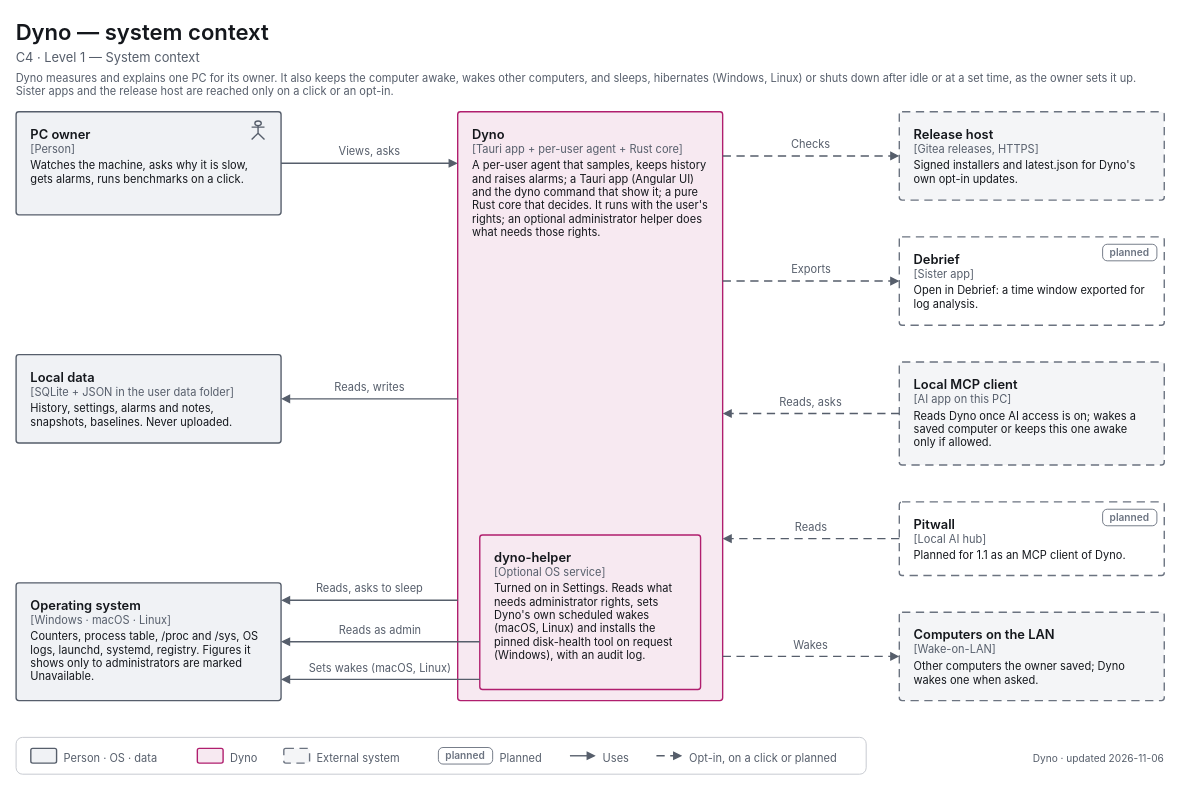
The draw.io diagram apps/dyno/diagrams/c4-1-context.drawio in decryp7/paddock, before the edit. Source tidied: cells renumbered, new cells numbered last; positions are measured from the earlier drawing's top-left corner, leaving out a move shared by most shapes. Both pictures are drawn from the tidied source at 92%, with x=0, y=0 at pixel (16, 16).
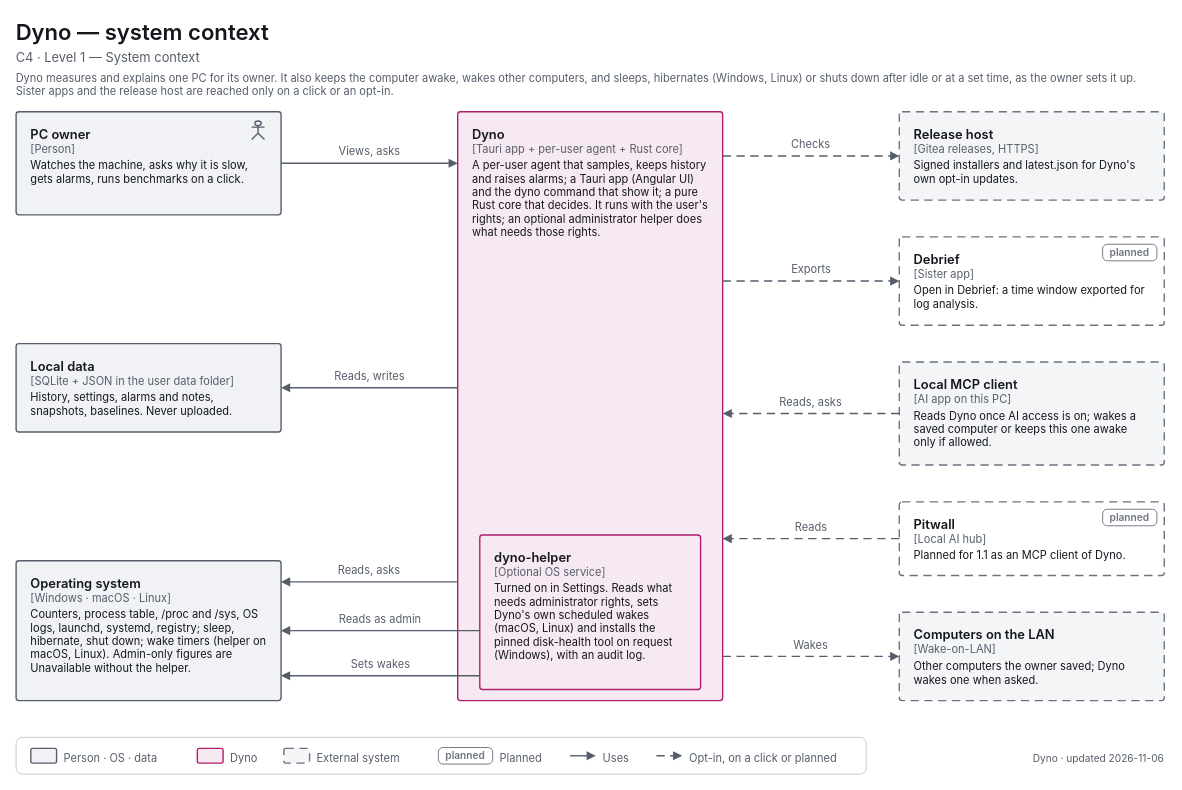
The same page after the edit.

The change refers to these unchanged cells:
```xml
<mxCell id="16" value="&lt;span style=&quot;font-size:14px;font-weight:600&quot;&gt;Dyno&lt;/span&gt;&lt;br&gt;&lt;span style=&quot;font-size:12px;color:light-dark(#565E6B,#A0A7B2)&quot;&gt;[Tauri app + per-user agent + Rust core]&lt;/span&gt;&lt;br&gt;&lt;div style=&quot;margin-top:4px;font-size:12px&quot;&gt;A per-user agent that samples, keeps history and raises alarms; a Tauri app (Angular UI) and the dyno command that show it; a pure Rust core that decides. It runs with the user's rights; an optional administrator helper does what needs those rights.&lt;/div&gt;" style="html=1;whiteSpace=wrap;fontFamily=-apple-system,BlinkMacSystemFont,Segoe UI,system-ui,sans-serif;fontSize=12;fontColor=light-dark(#14171C,#ECEEF1);rounded=1;absoluteArcSize=1;arcSize=6;strokeWidth=1.5;strokeColor=light-dark(#B01E6E,#F063A8);fillColor=light-dark(#F7E9F1,#382332);align=left;verticalAlign=top;spacingLeft=14;spacingRight=14;spacingTop=10;spacingBottom=8;" parent="1" vertex="1">
  <mxGeometry x="480" y="104" width="288" height="640" as="geometry" />
</mxCell>
<mxCell id="17" value="&lt;span style=&quot;font-size:14px;font-weight:600&quot;&gt;dyno-helper&lt;/span&gt;&lt;br&gt;&lt;span style=&quot;font-size:12px;color:light-dark(#565E6B,#A0A7B2)&quot;&gt;[Optional OS service]&lt;/span&gt;&lt;br&gt;&lt;div style=&quot;margin-top:4px;font-size:12px&quot;&gt;Turned on in Settings. Reads what needs administrator rights, sets Dyno's own scheduled wakes (macOS, Linux) and installs the pinned disk-health tool on request (Windows), with an audit log.&lt;/div&gt;" style="html=1;whiteSpace=wrap;fontFamily=-apple-system,BlinkMacSystemFont,Segoe UI,system-ui,sans-serif;fontSize=12;fontColor=light-dark(#14171C,#ECEEF1);rounded=1;absoluteArcSize=1;arcSize=6;strokeWidth=1.5;strokeColor=light-dark(#B01E6E,#F063A8);fillColor=light-dark(#F7E9F1,#382332);align=left;verticalAlign=top;spacingLeft=14;spacingRight=14;spacingTop=10;spacingBottom=8;" parent="1" vertex="1">
  <mxGeometry x="504" y="564" width="240" height="168" as="geometry" />
</mxCell>
```

What changed in the source:
```diff
@@
     <mxCell id="7" value="&lt;span style=&quot;font-size:14px;font-weight:600&quot;&gt;Local data&lt;/span&gt;&lt;br&gt;&lt;span style=&quot;font-size:12px;color:light-dark(#565E6B,#A0A7B2)&quot;&gt;[SQLite + JSON in the user data folder]&lt;/span&gt;&lt;br&gt;&lt;div style=&quot;margin-top:4px;font-size:12px&quot;&gt;History, settings, alarms and notes, snapshots, baselines. Never uploaded.&lt;/div&gt;" style="html=1;whiteSpace=wrap;fontFamily=-apple-system,BlinkMacSystemFont,Segoe UI,system-ui,sans-serif;fontSize=12;fontColor=light-dark(#14171C,#ECEEF1);rounded=1;absoluteArcSize=1;arcSize=6;strokeWidth=1.5;strokeColor=light-dark(#565E6B,#A0A7B2);fillColor=light-dark(#F0F2F5,#1B1E23);align=left;verticalAlign=top;spacingLeft=14;spacingRight=14;spacingTop=10;spacingBottom=8;" parent="1" vertex="1">
-      <mxGeometry y="368" width="288" height="96" as="geometry" />
+      <mxGeometry y="356" width="288" height="96" as="geometry" />
     </mxCell>
-    <mxCell id="8" value="&lt;span style=&quot;font-size:14px;font-weight:600&quot;&gt;Operating system&lt;/span&gt;&lt;br&gt;&lt;span style=&quot;font-size:12px;color:light-dark(#565E6B,#A0A7B2)&quot;&gt;[Windows · macOS · Linux]&lt;/span&gt;&lt;br&gt;&lt;div style=&quot;margin-top:4px;font-size:12px&quot;&gt;Counters, process table, /proc and /sys, OS logs, launchd, systemd, registry. Figures it shows only to administrators are marked Unavailable.&lt;/div&gt;" style="html=1;whiteSpace=wrap;fontFamily=-apple-system,BlinkMacSystemFont,Segoe UI,system-ui,sans-serif;fontSize=12;fontColor=light-dark(#14171C,#ECEEF1);rounded=1;absoluteArcSize=1;arcSize=6;strokeWidth=1.5;strokeColor=light-dark(#565E6B,#A0A7B2);fillColor=light-dark(#F0F2F5,#1B1E23);align=left;verticalAlign=top;spacingLeft=14;spacingRight=14;spacingTop=10;spacingBottom=8;" parent="1" vertex="1">
-      <mxGeometry y="616" width="288" height="128" as="geometry" />
+    <mxCell id="8" value="&lt;span style=&quot;font-size:14px;font-weight:600&quot;&gt;Operating system&lt;/span&gt;&lt;br&gt;&lt;span style=&quot;font-size:12px;color:light-dark(#565E6B,#A0A7B2)&quot;&gt;[Windows · macOS · Linux]&lt;/span&gt;&lt;br&gt;&lt;div style=&quot;margin-top:4px;font-size:12px&quot;&gt;Counters, process table, /proc and /sys, OS logs, launchd, systemd, registry; sleep, hibernate, shut down; wake timers (helper on macOS, Linux). Admin-only figures are Unavailable without the helper.&lt;/div&gt;" style="html=1;whiteSpace=wrap;fontFamily=-apple-system,BlinkMacSystemFont,Segoe UI,system-ui,sans-serif;fontSize=12;fontColor=light-dark(#14171C,#ECEEF1);rounded=1;absoluteArcSize=1;arcSize=6;strokeWidth=1.5;strokeColor=light-dark(#565E6B,#A0A7B2);fillColor=light-dark(#F0F2F5,#1B1E23);align=left;verticalAlign=top;spacingLeft=14;spacingRight=14;spacingTop=10;spacingBottom=8;" parent="1" vertex="1">
+      <mxGeometry y="592" width="288" height="152" as="geometry" />
     </mxCell>
@@
-    <mxCell id="20" style="edgeStyle=orthogonalEdgeStyle;rounded=1;arcSize=8;jettySize=auto;html=1;strokeWidth=1.5;strokeColor=light-dark(#565E6B,#A0A7B2);endArrow=block;endFill=1;endSize=6;startArrow=none;startFill=0;startSize=8;exitX=0.0000;exitY=0.8297;exitDx=0;exitDy=0;exitPerimeter=0;entryX=1.0000;entryY=0.1484;entryDx=0;entryDy=0;entryPerimeter=0;" parent="1" edge="1" source="16" target="8">
+    <mxCell id="20" style="edgeStyle=orthogonalEdgeStyle;rounded=1;arcSize=8;jettySize=auto;html=1;strokeWidth=1.5;strokeColor=light-dark(#565E6B,#A0A7B2);endArrow=block;endFill=1;endSize=6;startArrow=none;startFill=0;startSize=8;exitX=0.0000;exitY=0.7984;exitDx=0;exitDy=0;exitPerimeter=0;entryX=1.0000;entryY=0.1513;entryDx=0;entryDy=0;entryPerimeter=0;" parent="1" edge="1" source="16" target="8">
       <mxGeometry relative="1" as="geometry" />
     </mxCell>
-    <mxCell id="21" value="&lt;span style=&quot;font-size:12px;font-weight:400&quot;&gt;Reads, asks to sleep&lt;/span&gt;" style="html=1;whiteSpace=wrap;fontFamily=-apple-system,BlinkMacSystemFont,Segoe UI,system-ui,sans-serif;fontSize=12;fontColor=light-dark(#14171C,#ECEEF1);text;strokeColor=none;fillColor=none;align=center;verticalAlign=top;spacing=0;fontColor=light-dark(#565E6B,#A0A7B2);" parent="1" vertex="1">
-      <mxGeometry x="318" y="611" width="133" height="18" as="geometry" />
+    <mxCell id="21" value="&lt;span style=&quot;font-size:12px;font-weight:400&quot;&gt;Reads, asks&lt;/span&gt;" style="html=1;whiteSpace=wrap;fontFamily=-apple-system,BlinkMacSystemFont,Segoe UI,system-ui,sans-serif;fontSize=12;fontColor=light-dark(#14171C,#ECEEF1);text;strokeColor=none;fillColor=none;align=center;verticalAlign=top;spacing=0;fontColor=light-dark(#565E6B,#A0A7B2);" parent="1" vertex="1">
+      <mxGeometry x="344" y="591" width="80" height="18" as="geometry" />
     </mxCell>
-    <mxCell id="22" style="edgeStyle=orthogonalEdgeStyle;rounded=1;arcSize=8;jettySize=auto;html=1;strokeWidth=1.5;strokeColor=light-dark(#565E6B,#A0A7B2);endArrow=block;endFill=1;endSize=6;startArrow=none;startFill=0;startSize=8;exitX=0.0000;exitY=0.6905;exitDx=0;exitDy=0;exitPerimeter=0;entryX=1.0000;entryY=0.5000;entryDx=0;entryDy=0;entryPerimeter=0;" parent="1" edge="1" source="17" target="8">
+    <mxCell id="22" style="edgeStyle=orthogonalEdgeStyle;rounded=1;arcSize=8;jettySize=auto;html=1;strokeWidth=1.5;strokeColor=light-dark(#565E6B,#A0A7B2);endArrow=block;endFill=1;endSize=6;startArrow=none;startFill=0;startSize=8;exitX=0.0000;exitY=0.6190;exitDx=0;exitDy=0;exitPerimeter=0;entryX=1.0000;entryY=0.5000;entryDx=0;entryDy=0;entryPerimeter=0;" parent="1" edge="1" source="17" target="8">
       <mxGeometry relative="1" as="geometry" />
     </mxCell>
     <mxCell id="23" value="&lt;span style=&quot;font-size:12px;font-weight:400&quot;&gt;Reads as admin&lt;/span&gt;" style="html=1;whiteSpace=wrap;fontFamily=-apple-system,BlinkMacSystemFont,Segoe UI,system-ui,sans-serif;fontSize=12;fontColor=light-dark(#14171C,#ECEEF1);text;strokeColor=none;fillColor=none;align=center;verticalAlign=top;spacing=0;fontColor=light-dark(#565E6B,#A0A7B2);" parent="1" vertex="1">
-      <mxGeometry x="345" y="656" width="102" height="18" as="geometry" />
+      <mxGeometry x="345" y="644" width="102" height="18" as="geometry" />
     </mxCell>
-    <mxCell id="24" style="edgeStyle=orthogonalEdgeStyle;rounded=1;arcSize=8;jettySize=auto;html=1;strokeWidth=1.5;strokeColor=light-dark(#565E6B,#A0A7B2);endArrow=block;endFill=1;endSize=6;startArrow=none;startFill=0;startSize=8;exitX=0.0000;exitY=0.9345;exitDx=0;exitDy=0;exitPerimeter=0;entryX=1.0000;entryY=0.8203;entryDx=0;entryDy=0;entryPerimeter=0;" parent="1" edge="1" source="17" target="8">
+    <mxCell id="24" style="edgeStyle=orthogonalEdgeStyle;rounded=1;arcSize=8;jettySize=auto;html=1;strokeWidth=1.5;strokeColor=light-dark(#565E6B,#A0A7B2);endArrow=block;endFill=1;endSize=6;startArrow=none;startFill=0;startSize=8;exitX=0.0000;exitY=0.9107;exitDx=0;exitDy=0;exitPerimeter=0;entryX=1.0000;entryY=0.8224;entryDx=0;entryDy=0;entryPerimeter=0;" parent="1" edge="1" source="17" target="8">
       <mxGeometry relative="1" as="geometry" />
     </mxCell>
-    <mxCell id="25" value="&lt;span style=&quot;font-size:12px;font-weight:400&quot;&gt;Sets wakes (macOS, Linux)&lt;/span&gt;" style="html=1;whiteSpace=wrap;fontFamily=-apple-system,BlinkMacSystemFont,Segoe UI,system-ui,sans-serif;fontSize=12;fontColor=light-dark(#14171C,#ECEEF1);text;strokeColor=none;fillColor=none;align=center;verticalAlign=top;spacing=0;fontColor=light-dark(#565E6B,#A0A7B2);" parent="1" vertex="1">
-      <mxGeometry x="309" y="697" width="174" height="18" as="geometry" />
+    <mxCell id="25" value="&lt;span style=&quot;font-size:12px;font-weight:400&quot;&gt;Sets wakes&lt;/span&gt;" style="html=1;whiteSpace=wrap;fontFamily=-apple-system,BlinkMacSystemFont,Segoe UI,system-ui,sans-serif;fontSize=12;fontColor=light-dark(#14171C,#ECEEF1);text;strokeColor=none;fillColor=none;align=center;verticalAlign=top;spacing=0;fontColor=light-dark(#565E6B,#A0A7B2);" parent="1" vertex="1">
+      <mxGeometry x="356" y="693" width="81" height="18" as="geometry" />
     </mxCell>
-    <mxCell id="26" style="edgeStyle=orthogonalEdgeStyle;rounded=1;arcSize=8;jettySize=auto;html=1;strokeWidth=1.5;strokeColor=light-dark(#565E6B,#A0A7B2);endArrow=block;endFill=1;endSize=6;startArrow=none;startFill=0;startSize=8;exitX=0.0000;exitY=0.4875;exitDx=0;exitDy=0;exitPerimeter=0;entryX=1.0000;entryY=0.5000;entryDx=0;entryDy=0;entryPerimeter=0;" parent="1" edge="1" source="16" target="7">
+    <mxCell id="26" style="edgeStyle=orthogonalEdgeStyle;rounded=1;arcSize=8;jettySize=auto;html=1;strokeWidth=1.5;strokeColor=light-dark(#565E6B,#A0A7B2);endArrow=block;endFill=1;endSize=6;startArrow=none;startFill=0;startSize=8;exitX=0.0000;exitY=0.4688;exitDx=0;exitDy=0;exitPerimeter=0;entryX=1.0000;entryY=0.5000;entryDx=0;entryDy=0;entryPerimeter=0;" parent="1" edge="1" source="16" target="7">
       <mxGeometry relative="1" as="geometry" />
     </mxCell>
     <mxCell id="27" value="&lt;span style=&quot;font-size:12px;font-weight:400&quot;&gt;Reads, writes&lt;/span&gt;" style="html=1;whiteSpace=wrap;fontFamily=-apple-system,BlinkMacSystemFont,Segoe UI,system-ui,sans-serif;fontSize=12;fontColor=light-dark(#14171C,#ECEEF1);text;strokeColor=none;fillColor=none;align=center;verticalAlign=top;spacing=0;fontColor=light-dark(#565E6B,#A0A7B2);" parent="1" vertex="1">
-      <mxGeometry x="337" y="392" width="95" height="18" as="geometry" />
+      <mxGeometry x="337" y="380" width="95" height="18" as="geometry" />
     </mxCell>
```
